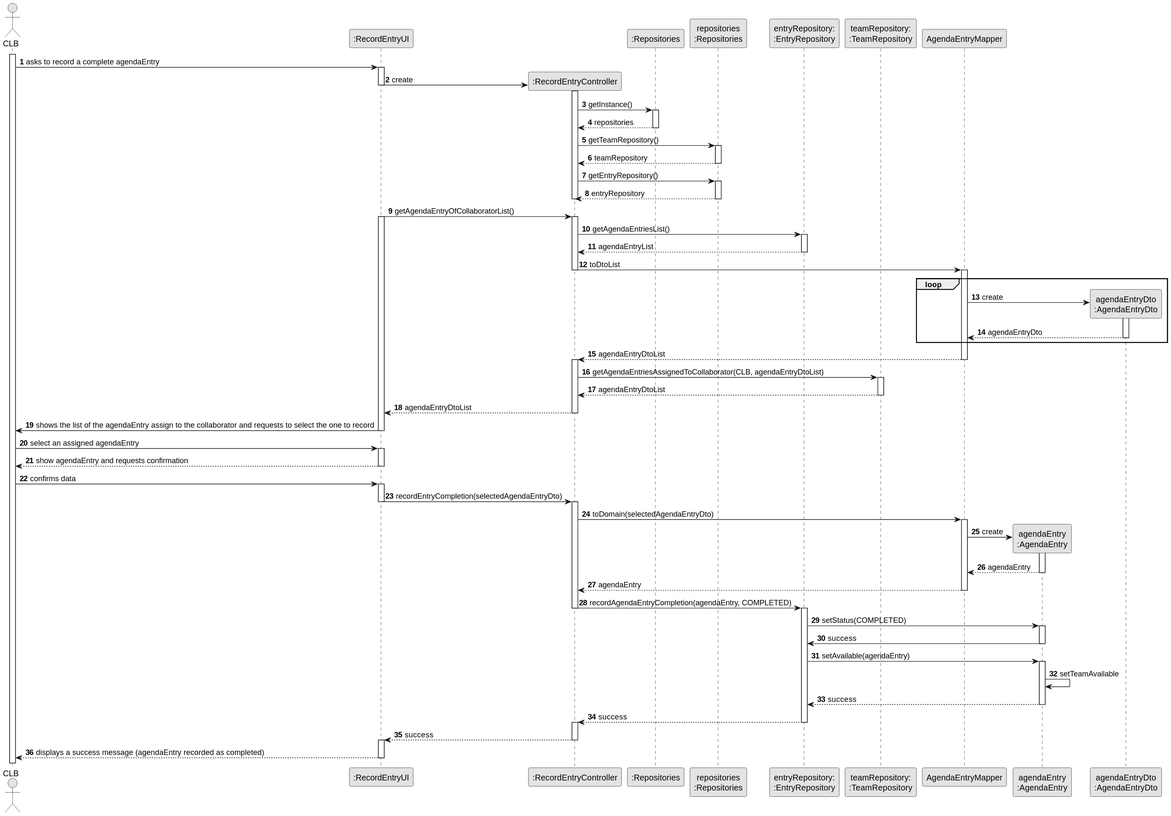
Above: docs/sprintC/us029/03.design/svg/us029-sequence-diagram-full.svg in ricardomm7/leaflink (PlantUML), before the change.
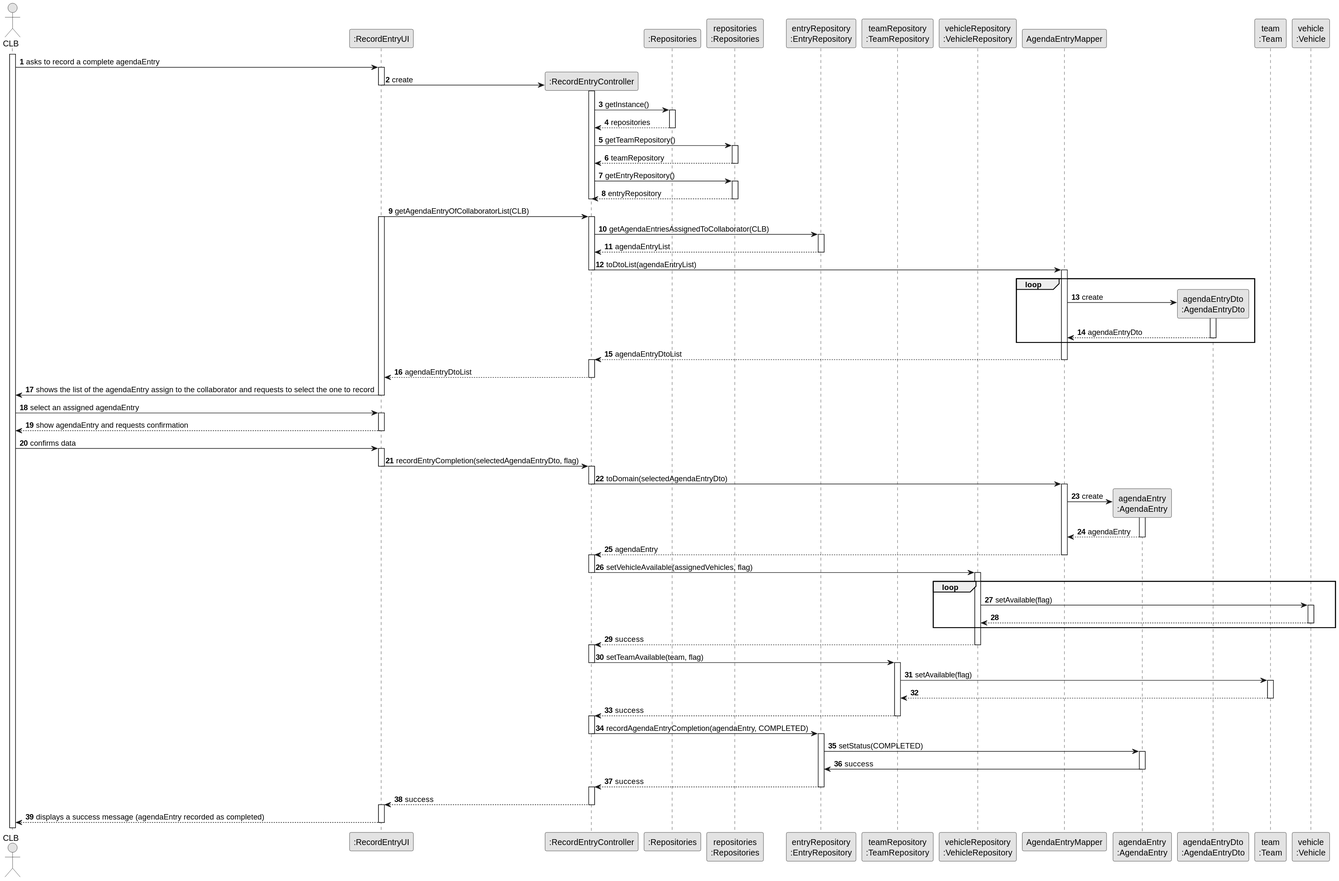
After the change.

Diff of the diagram source:
```diff
@@ -10,11 +10,14 @@
 participant ":RecordEntryController" as CTRL
 participant ":Repositories" as RepositorySingleton
 participant "repositories\n:Repositories" as PLAT
-participant "entryRepository:\n:EntryRepository" as EntryRepo
-participant "teamRepository:\n:TeamRepository" as TeamRepo
+participant "entryRepository\n:EntryRepository" as EntryRepo
+participant "teamRepository\n:TeamRepository" as TeamRepo
+participant "vehicleRepository\n:VehicleRepository" as vehicleRepo
 participant "AgendaEntryMapper" as EntryMapper
 participant "agendaEntry\n:AgendaEntry" as AgendaEntry
 participant "agendaEntryDto\n:AgendaEntryDto" as agendaEntryDto
+participant "team\n:Team" as team
+participant "vehicle\n:Vehicle" as vehicle
 
 
 activate CLB
@@ -47,17 +50,18 @@
 
         deactivate CTRL
 
-        UI -> CTRL: getAgendaEntryOfCollaboratorList()
+        UI -> CTRL: getAgendaEntryOfCollaboratorList(CLB)
         activate UI
         activate CTRL
 
-            CTRL -> EntryRepo: getAgendaEntriesList()
+            CTRL -> EntryRepo: getAgendaEntriesAssignedToCollaborator(CLB)
             activate EntryRepo
+
 
             EntryRepo --> CTRL: agendaEntryList
             deactivate EntryRepo
 
-            CTRL -> EntryMapper: toDtoList
+            CTRL -> EntryMapper: toDtoList(agendaEntryList)
             deactivate CTRL
             activate EntryMapper
 
@@ -75,12 +79,7 @@
             deactivate EntryMapper
             activate CTRL
 
-            CTRL -> TeamRepo: getAgendaEntriesAssignedToCollaborator(CLB, agendaEntryDtoList)
-            activate TeamRepo
 
-
-                TeamRepo --> CTRL: agendaEntryDtoList
-            deactivate TeamRepo
 
         CTRL --> UI : agendaEntryDtoList
         deactivate CTRL
@@ -97,11 +96,12 @@
     CLB -> UI : confirms data
     activate UI
 
-        UI -> CTRL : recordEntryCompletion(selectedAgendaEntryDto)
+        UI -> CTRL : recordEntryCompletion(selectedAgendaEntryDto, flag)
         deactivate UI
         activate CTRL
 
             CTRL -> EntryMapper : toDomain(selectedAgendaEntryDto)
+            deactivate CTRL
             activate EntryMapper
 
                 EntryMapper -> AgendaEntry** : create
@@ -112,6 +112,37 @@
 
                 EntryMapper --> CTRL : agendaEntry
             deactivate EntryMapper
+            activate CTRL
+
+            CTRL -> vehicleRepo: setVehicleAvailable(assignedVehicles, flag)
+            deactivate CTRL
+            activate vehicleRepo
+
+                loop
+                vehicleRepo -> vehicle: setAvailable(flag)
+                activate vehicle
+
+                vehicle--> vehicleRepo
+                deactivate vehicle
+                end loop
+
+            vehicleRepo --> CTRL: success
+            deactivate vehicleRepo
+            activate CTRL
+
+            CTRL -> TeamRepo: setTeamAvailable(team, flag)
+            deactivate CTRL
+            activate TeamRepo
+
+                TeamRepo -> team: setAvailable(flag)
+                activate team
+
+                team --> TeamRepo
+                deactivate team
+
+            TeamRepo --> CTRL: success
+            deactivate TeamRepo
+            activate CTRL
 
             CTRL -> EntryRepo : recordAgendaEntryCompletion(agendaEntry, COMPLETED)
             deactivate CTRL
@@ -123,12 +154,7 @@
                 AgendaEntry -> EntryRepo : success
                 deactivate AgendaEntry
 
-                EntryRepo -> AgendaEntry : setAvailable(agendaEntry)
-                activate AgendaEntry
 
-                AgendaEntry -> AgendaEntry : setTeamAvailable
-
-                AgendaEntry --> EntryRepo : success
                 deactivate AgendaEntry
 
 
```
